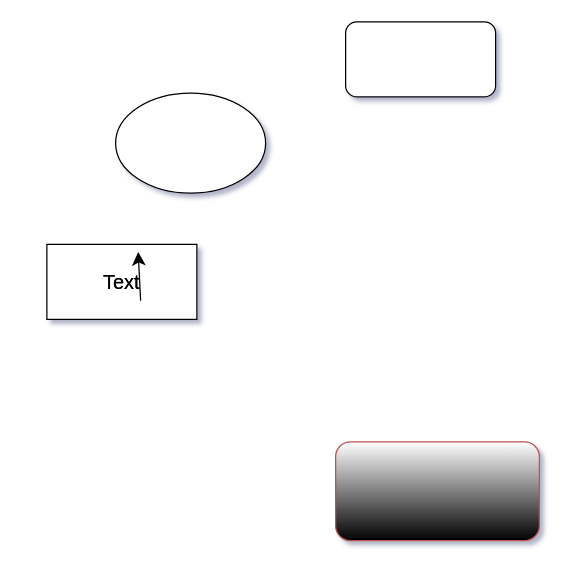
RosauraGuevara/Cambiar-video keeps this draw.io diagram as Diagrama sin título.drawio. Above is the earlier version. Source tidied: cells renumbered, new cells numbered last; positions are measured from the earlier drawing's top-left corner, leaving out a move shared by most shapes. Both pictures are drawn from the tidied source at 125%, with x=0, y=0 at pixel (46, 21).
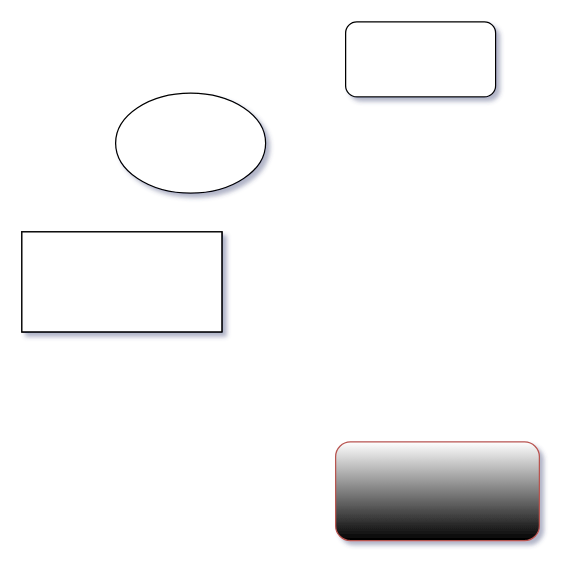
Above is the later version.

What changed in the source:
```diff
@@
 <mxGraphModel shadow="1">
   <root>
     <mxCell id="0" />
     <mxCell id="1" parent="0" />
     <mxCell id="2" style="rounded=0;whiteSpace=wrap;html=1;" parent="1" vertex="1">
       <mxGeometry y="178" width="120" height="60" as="geometry" />
     </mxCell>
     <mxCell id="3" style="rounded=1;whiteSpace=wrap;html=1;fillColor=default;strokeColor=#b85450;gradientColor=default;" parent="1" vertex="1">
       <mxGeometry x="231" y="336" width="163" height="79" as="geometry" />
     </mxCell>
     <mxCell id="4" style="rounded=1;whiteSpace=wrap;html=1;" parent="1" vertex="1">
       <mxGeometry x="239" width="120" height="60" as="geometry" />
     </mxCell>
     <mxCell id="5" value="Text" style="text;html=1;align=center;verticalAlign=middle;whiteSpace=wrap;rounded=0;fontSize=16;" parent="1" vertex="1">
       <mxGeometry x="30" y="193" width="60" height="30" as="geometry" />
     </mxCell>
     <mxCell id="6" value="Text" style="text;html=1;align=center;verticalAlign=middle;whiteSpace=wrap;rounded=0;fontSize=16;" parent="1" vertex="1">
       <mxGeometry x="30" y="193" width="60" height="30" as="geometry" />
     </mxCell>
     <mxCell id="7" style="ellipse;whiteSpace=wrap;html=1;" parent="1" vertex="1">
       <mxGeometry x="55" y="57" width="120" height="80" as="geometry" />
     </mxCell>
     <mxCell id="8" style="edgeStyle=none;curved=1;rounded=0;orthogonalLoop=1;jettySize=auto;html=1;exitX=0.75;exitY=1;exitDx=0;exitDy=0;entryX=0.717;entryY=-0.3;entryDx=0;entryDy=0;entryPerimeter=0;fontSize=12;startSize=8;endSize=8;" parent="1" edge="1" source="6" target="6">
       <mxGeometry relative="1" as="geometry" />
     </mxCell>
+    <mxCell id="9" style="rounded=0;whiteSpace=wrap;html=1;" parent="1" vertex="1">
+      <mxGeometry x="-20" y="168" width="160" height="80" as="geometry" />
+    </mxCell>
+    <mxCell id="10" style="rounded=0;whiteSpace=wrap;html=1;" parent="1" vertex="1">
+      <mxGeometry x="-20" y="168" width="160" height="80" as="geometry" />
+    </mxCell>
+    <mxCell id="11" style="rounded=0;whiteSpace=wrap;html=1;" parent="1" vertex="1">
+      <mxGeometry x="-20" y="168" width="160" height="80" as="geometry" />
+    </mxCell>
   </root>
 </mxGraphModel>
```
